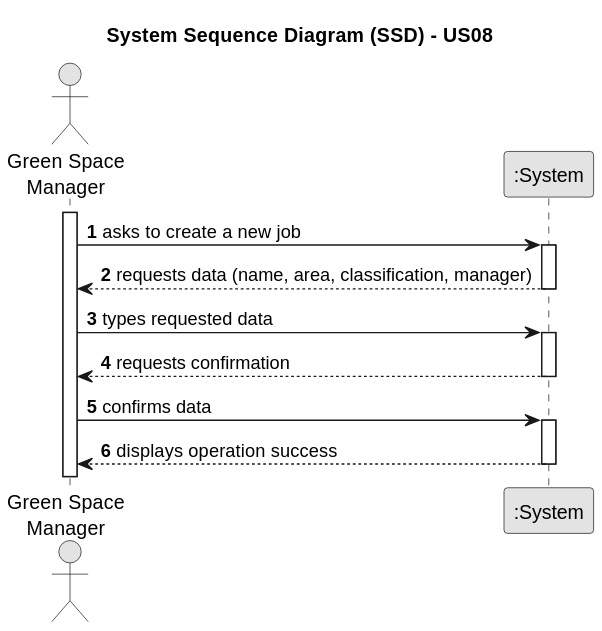
This is docs/sprintC/us20/01.requirements-engineering/svg/us20-system-sequence-diagram.svg from Paulo-Pereira-at-ISEP/lei-24-s2-1nanb-g321, a PlantUML export, as it was before one commit. Source of this version:
```plantuml
@startuml
skinparam monochrome true
skinparam packageStyle rectangle
skinparam shadowing false

title System Sequence Diagram (SSD) - US08

autonumber

actor "Green Space\nManager" as Employee
participant ":System" as System

activate Employee

    Employee -> System : asks to create a new job
        activate System

            System --> Employee : requests data (name, area, classification, manager)
        deactivate System

        Employee -> System : types requested data
        activate System

            System --> Employee : requests confirmation
        deactivate System

        Employee -> System : confirms data
        activate System

            System --> Employee : displays operation success
        deactivate System
@enduml
```
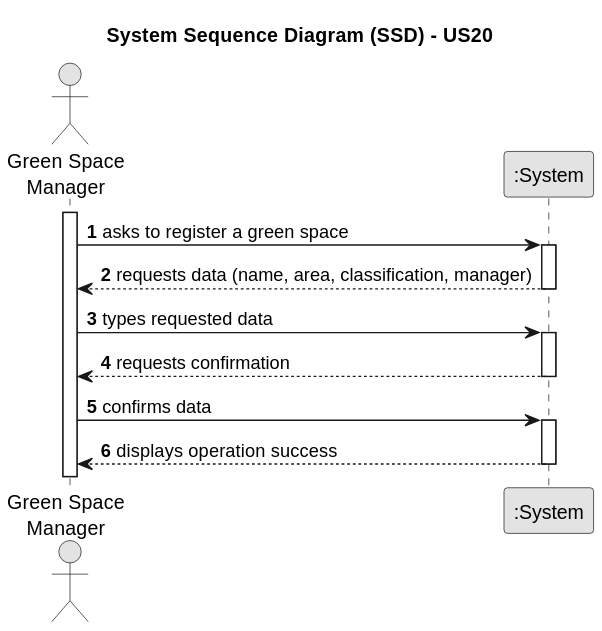
Above is the later version.

Diff of the diagram source:
```diff
@@ -3,7 +3,7 @@
 skinparam packageStyle rectangle
 skinparam shadowing false
 
-title System Sequence Diagram (SSD) - US08
+title System Sequence Diagram (SSD) - US20
 
 autonumber
 
@@ -12,7 +12,7 @@
 
 activate Employee
 
-    Employee -> System : asks to create a new job
+    Employee -> System : asks to register a green space
         activate System
 
             System --> Employee : requests data (name, area, classification, manager)
```
